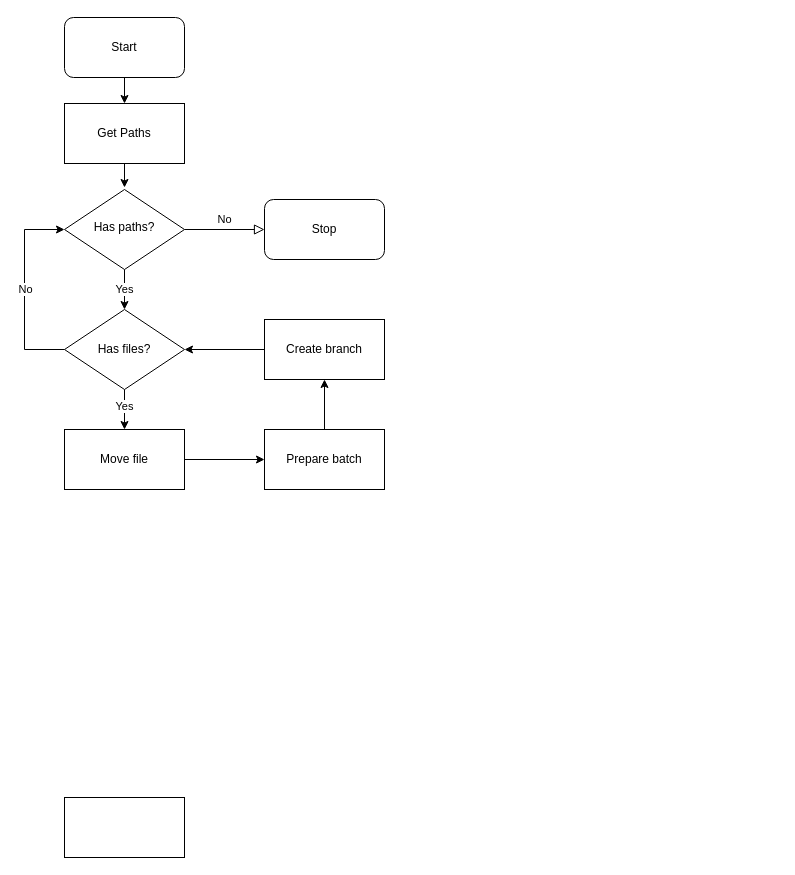
Above: src/Untitled Diagram.drawio in lnngit/tdd (draw.io), before the change. Source tidied: cells renumbered, new cells numbered last; positions are measured from the earlier drawing's top-left corner, leaving out a move shared by most shapes. Both pictures are drawn from the tidied source at 100%, with x=0, y=0 at pixel (24, 17).
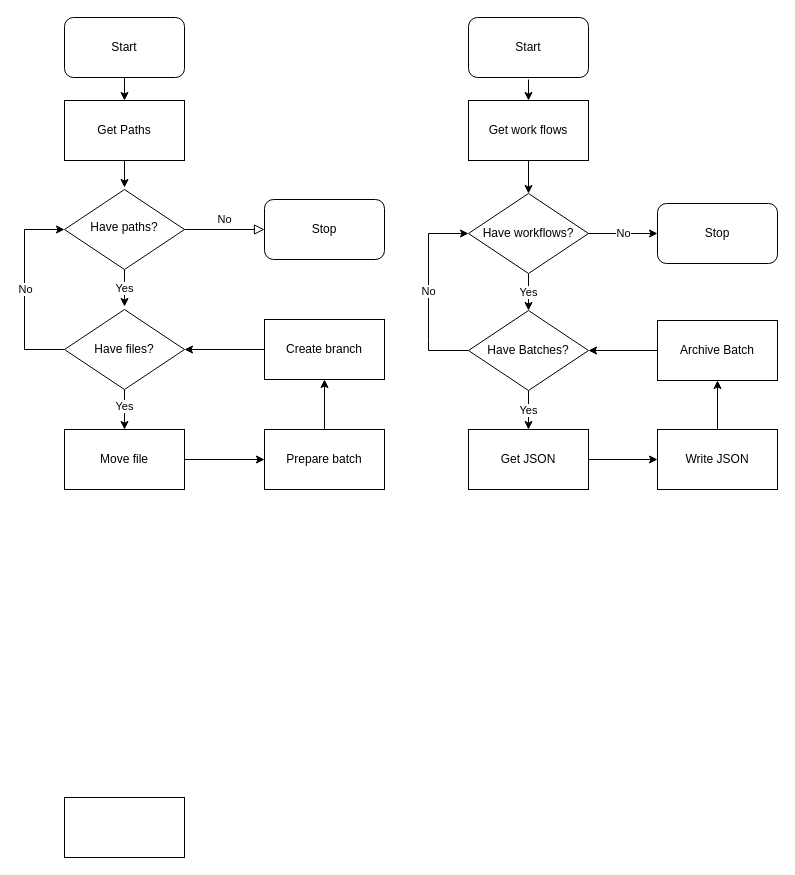
Above is the later version.

The edit, as a diff of the source:
```diff
@@
-    <mxCell id="3" value="Has paths?" style="rhombus;whiteSpace=wrap;html=1;shadow=0;fontFamily=Helvetica;fontSize=12;align=center;strokeWidth=1;spacing=6;spacingTop=-4;" parent="1" vertex="1">
+    <mxCell id="3" value="Have paths?" style="rhombus;whiteSpace=wrap;html=1;shadow=0;fontFamily=Helvetica;fontSize=12;align=center;strokeWidth=1;spacing=6;spacingTop=-4;" parent="1" vertex="1">
       <mxGeometry x="40" y="172" width="120" height="80" as="geometry" />
     </mxCell>
@@
-    <mxCell id="6" value="Has files?" style="rhombus;whiteSpace=wrap;html=1;rounded=0;" parent="1" vertex="1">
+    <mxCell id="6" value="Have files?" style="rhombus;whiteSpace=wrap;html=1;rounded=0;" parent="1" vertex="1">
       <mxGeometry x="40" y="292" width="120" height="80" as="geometry" />
     </mxCell>
@@
-    <mxCell id="20" value="Yes" style="endArrow=classic;html=1;rounded=0;strokeColor=#000000;exitX=0.5;exitY=1;exitDx=0;exitDy=0;" parent="1" edge="1" source="3" target="6">
-      <mxGeometry relative="1" as="geometry" />
+    <mxCell id="20" value="Yes" style="endArrow=classic;html=1;rounded=0;strokeColor=#000000;exitX=0.5;exitY=1;exitDx=0;exitDy=0;" parent="1" edge="1" source="3">
+      <mxGeometry relative="1" as="geometry">
+        <mxPoint x="100" y="289" as="targetPoint" />
+      </mxGeometry>
     </mxCell>
@@
     <mxCell id="22" value="Get Paths" style="rounded=0;whiteSpace=wrap;html=1;" parent="1" vertex="1">
-      <mxGeometry x="40" y="86" width="120" height="60" as="geometry" />
+      <mxGeometry x="40" y="83" width="120" height="60" as="geometry" />
     </mxCell>
@@
+    <mxCell id="25" value="Start" style="rounded=1;whiteSpace=wrap;html=1;" parent="1" vertex="1">
+      <mxGeometry x="444" width="120" height="60" as="geometry" />
+    </mxCell>
+    <mxCell id="26" style="edgeStyle=orthogonalEdgeStyle;rounded=0;jettySize=auto;html=1;" parent="1" edge="1" source="27" target="29">
+      <mxGeometry relative="1" as="geometry" />
+    </mxCell>
+    <mxCell id="27" value="Get work flows" style="rounded=0;whiteSpace=wrap;html=1;" parent="1" vertex="1">
+      <mxGeometry x="444" y="83" width="120" height="60" as="geometry" />
+    </mxCell>
+    <mxCell id="28" style="endArrow=classic;html=1;rounded=0;" parent="1" edge="1" target="27">
+      <mxGeometry relative="1" as="geometry">
+        <mxPoint x="504" y="62" as="sourcePoint" />
+      </mxGeometry>
+    </mxCell>
+    <mxCell id="29" value="Have workflows?" style="rhombus;whiteSpace=wrap;html=1;rounded=0;" parent="1" vertex="1">
+      <mxGeometry x="444" y="176" width="120" height="80" as="geometry" />
+    </mxCell>
+    <mxCell id="30" value="Have Batches?" style="rhombus;whiteSpace=wrap;html=1;rounded=0;" parent="1" vertex="1">
+      <mxGeometry x="444" y="293" width="120" height="80" as="geometry" />
+    </mxCell>
+    <mxCell id="31" style="edgeStyle=orthogonalEdgeStyle;rounded=0;jettySize=auto;html=1;exitX=1;exitY=0.5;exitDx=0;exitDy=0;entryX=0;entryY=0.5;entryDx=0;entryDy=0;" parent="1" edge="1" source="32" target="34">
+      <mxGeometry relative="1" as="geometry" />
+    </mxCell>
+    <mxCell id="32" value="Get JSON" style="rounded=0;whiteSpace=wrap;html=1;" parent="1" vertex="1">
+      <mxGeometry x="444" y="412" width="120" height="60" as="geometry" />
+    </mxCell>
+    <mxCell id="33" style="edgeStyle=orthogonalEdgeStyle;rounded=0;jettySize=auto;html=1;exitX=0.5;exitY=0;exitDx=0;exitDy=0;entryX=0.5;entryY=1;entryDx=0;entryDy=0;" parent="1" edge="1" source="34" target="35">
+      <mxGeometry relative="1" as="geometry" />
+    </mxCell>
+    <mxCell id="34" value="Write JSON" style="whiteSpace=wrap;html=1;rounded=0;" parent="1" vertex="1">
+      <mxGeometry x="633" y="412" width="120" height="60" as="geometry" />
+    </mxCell>
+    <mxCell id="35" value="Archive Batch" style="rounded=0;whiteSpace=wrap;html=1;" parent="1" vertex="1">
+      <mxGeometry x="633" y="303" width="120" height="60" as="geometry" />
+    </mxCell>
+    <mxCell id="36" value="No" style="endArrow=classic;html=1;rounded=0;exitX=0;exitY=0.5;exitDx=0;exitDy=0;entryX=0;entryY=0.5;entryDx=0;entryDy=0;" parent="1" edge="1" source="30" target="29">
+      <mxGeometry relative="1" as="geometry">
+        <Array as="points">
+          <mxPoint x="404" y="333" />
+          <mxPoint x="404" y="322" />
+          <mxPoint x="404" y="216" />
+        </Array>
+      </mxGeometry>
+    </mxCell>
+    <mxCell id="37" value="Yes" style="endArrow=classic;html=1;rounded=0;exitX=0.5;exitY=1;exitDx=0;exitDy=0;entryX=0.5;entryY=0;entryDx=0;entryDy=0;" parent="1" edge="1" source="29" target="30">
+      <mxGeometry relative="1" as="geometry" />
+    </mxCell>
+    <mxCell id="38" style="endArrow=classic;html=1;rounded=0;exitX=0;exitY=0.5;exitDx=0;exitDy=0;entryX=1;entryY=0.5;entryDx=0;entryDy=0;" parent="1" edge="1" source="35" target="30">
+      <mxGeometry relative="1" as="geometry" />
+    </mxCell>
+    <mxCell id="39" value="Yes" style="endArrow=classic;html=1;rounded=0;exitX=0.5;exitY=1;exitDx=0;exitDy=0;" parent="1" edge="1" source="30" target="32">
+      <mxGeometry relative="1" as="geometry" />
+    </mxCell>
+    <mxCell id="40" value="Stop" style="rounded=1;whiteSpace=wrap;html=1;" parent="1" vertex="1">
+      <mxGeometry x="633" y="186" width="120" height="60" as="geometry" />
+    </mxCell>
+    <mxCell id="41" value="No" style="endArrow=classic;html=1;rounded=0;exitX=1;exitY=0.5;exitDx=0;exitDy=0;entryX=0;entryY=0.5;entryDx=0;entryDy=0;" parent="1" edge="1" source="29" target="40">
+      <mxGeometry relative="1" as="geometry" />
+    </mxCell>
```
